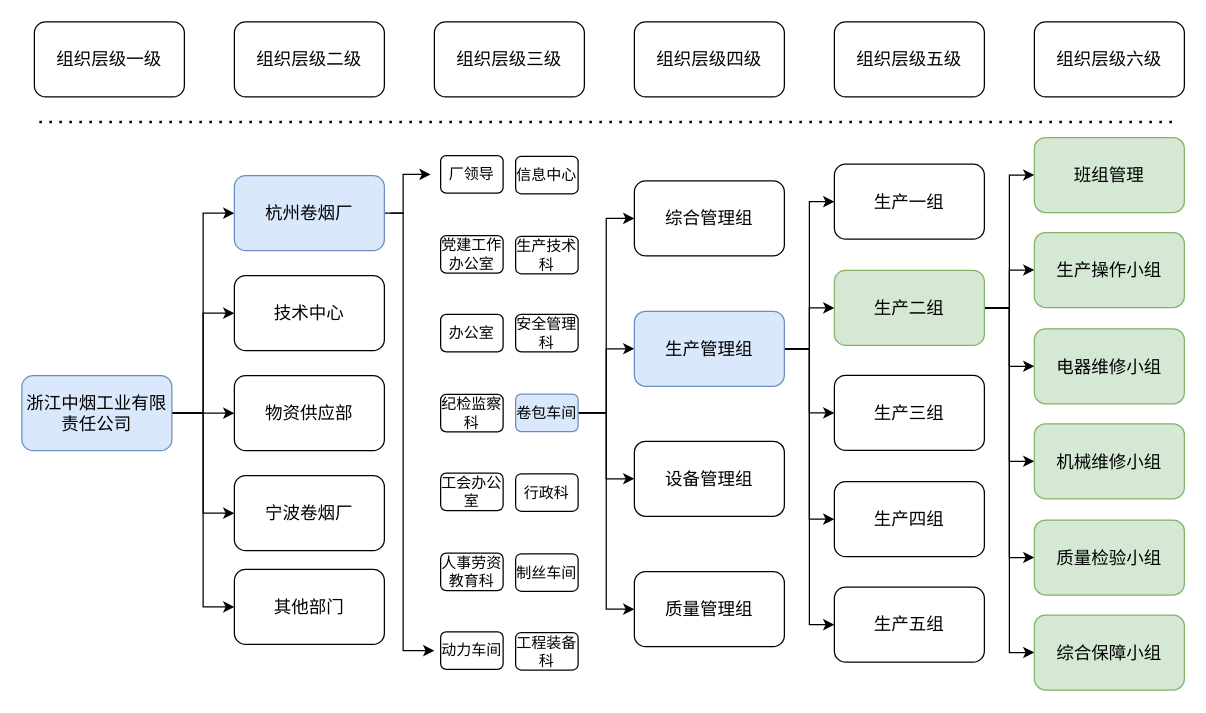
hmh38324/diagrams keeps this draw.io diagram as 组织层级.drawio. Above is the earlier version. Source tidied: cells renumbered, new cells numbered last; positions are measured from the earlier drawing's top-left corner, leaving out a move shared by most shapes. Both pictures are drawn from the tidied source at 125%, with x=0, y=0 at pixel (21, 21).
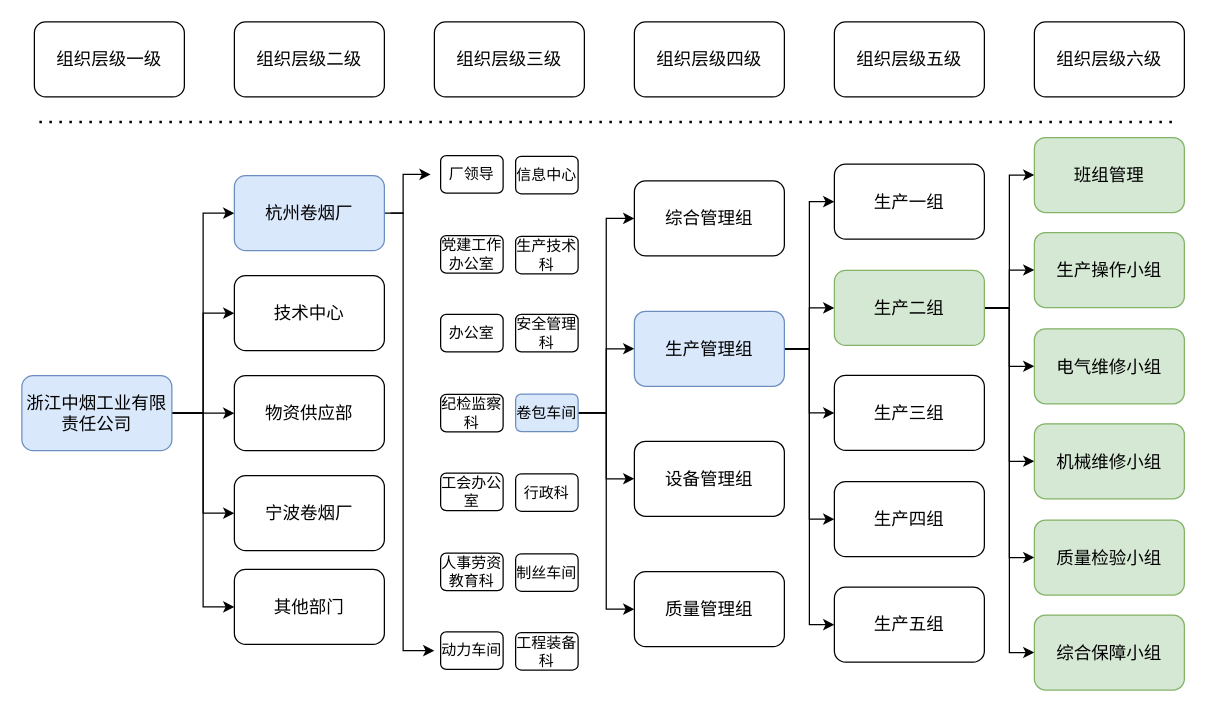
The same page after the edit.

Commit message:
更新组织层级.drawio

What changed in the source:
```diff
@@
-    <mxCell id="60" value="电器维修小组" style="rounded=1;whiteSpace=wrap;html=1;fontSize=14;fillColor=#d5e8d4;strokeColor=#82b366;" parent="1" vertex="1">
+    <mxCell id="60" value="电气维修小组" style="rounded=1;whiteSpace=wrap;html=1;fontSize=14;fillColor=#d5e8d4;strokeColor=#82b366;" parent="1" vertex="1">
       <mxGeometry x="810" y="245.5" width="120" height="60" as="geometry" />
     </mxCell>
```
